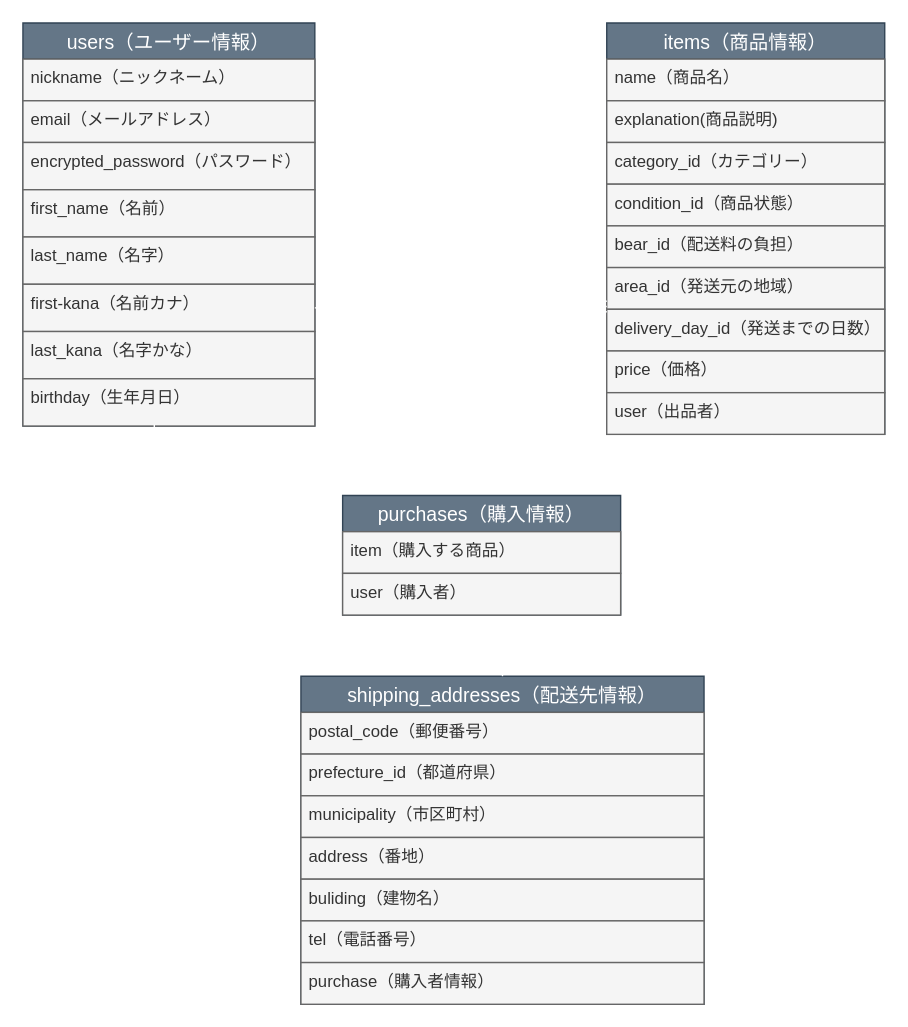
The draw.io diagram ER.dio in sabinuki198/furima-37908, before the edit. Source tidied: cells renumbered, new cells numbered last; positions are measured from the earlier drawing's top-left corner, leaving out a move shared by most shapes. Both pictures are drawn from the tidied source at 139%, with x=0, y=0 at pixel (22, 22).
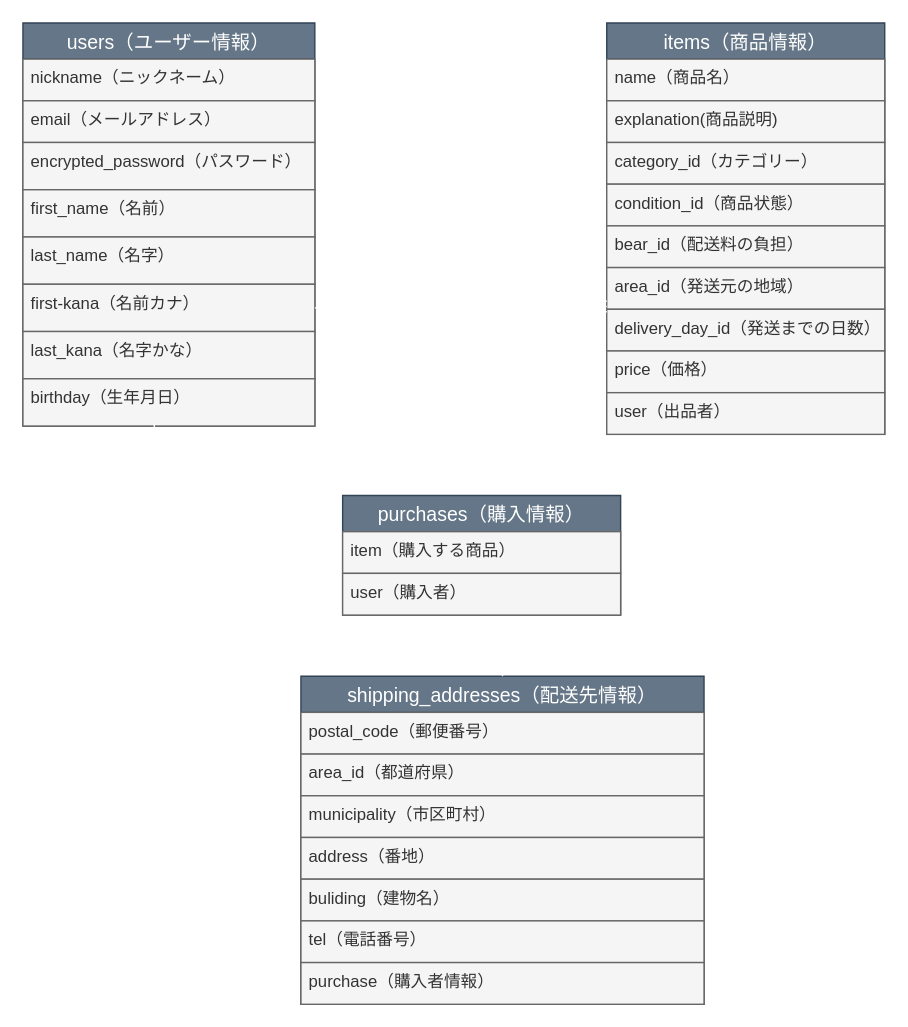
Above is the later version.

Commit message (it also covers changes not shown here):
ER図、READMEの修正

READMEの商品・配送先テーブルの都道府県を表すカラム名をarea_idに統一、併せてER図も修正

The change refers to these unchanged cells:
```xml
<mxCell id="21" value="shipping_addresses（配送先情報）" style="swimlane;fontStyle=0;horizontal=1;startSize=26;align=center;fontSize=14;fillColor=#647687;fontColor=#ffffff;strokeColor=#314354;" parent="1" vertex="1">
  <mxGeometry x="200" y="470" width="290" height="236" as="geometry" />
</mxCell>
```

Diff of the diagram source:
```diff
@@
-    <mxCell id="23" value="prefecture_id（都道府県）" style="text;spacingLeft=4;spacingRight=4;overflow=hidden;fontSize=12;fillColor=#f5f5f5;fontColor=#333333;strokeColor=#666666;" parent="21" vertex="1">
+    <mxCell id="23" value="area_id（都道府県）" style="text;spacingLeft=4;spacingRight=4;overflow=hidden;fontSize=12;fillColor=#f5f5f5;fontColor=#333333;strokeColor=#666666;" parent="21" vertex="1">
       <mxGeometry y="56" width="290" height="30" as="geometry" />
     </mxCell>
```
